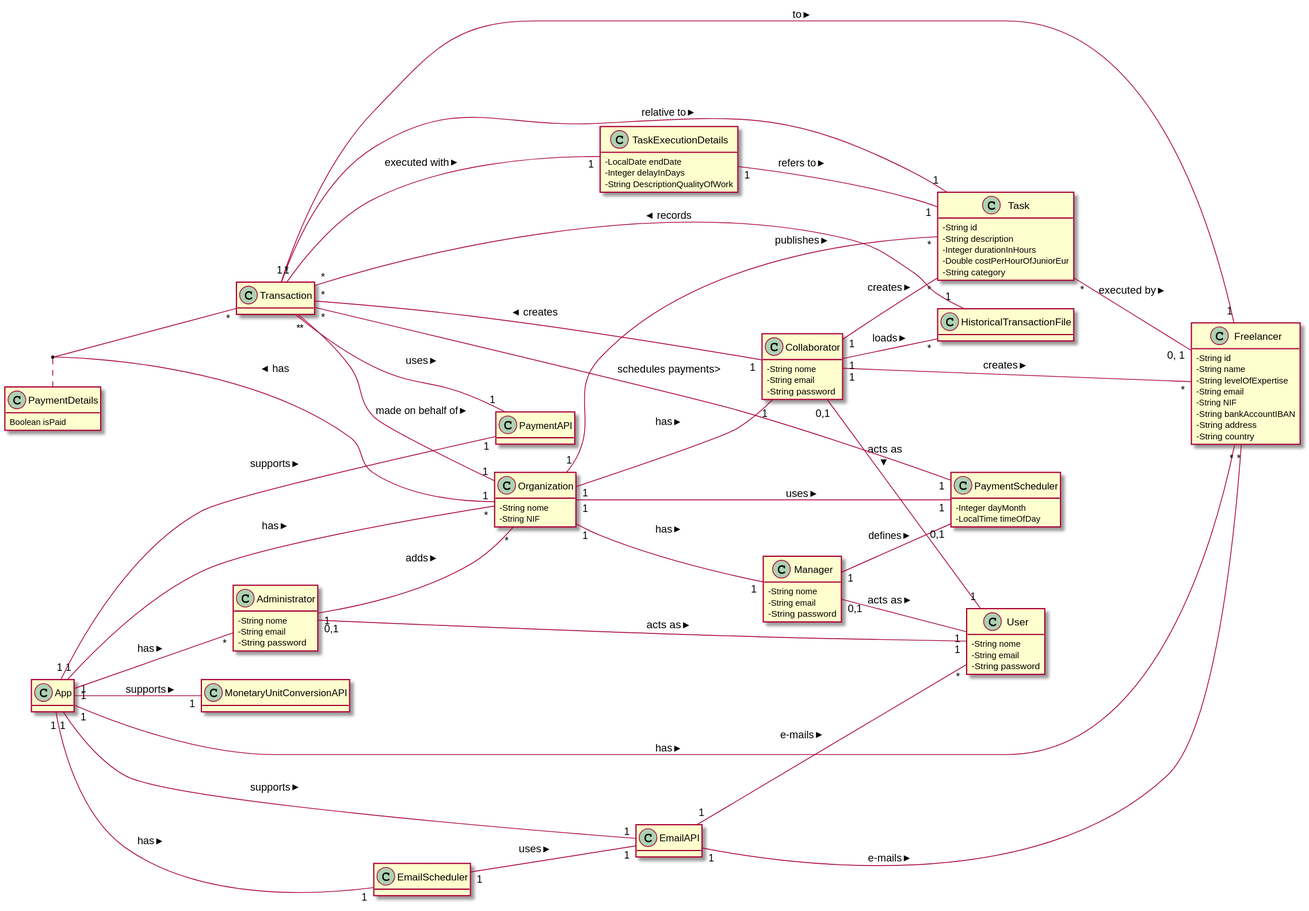
Above: docs/MD/MD.svg in botelho-io/lapr2-2020-g029 (PlantUML), before the change.
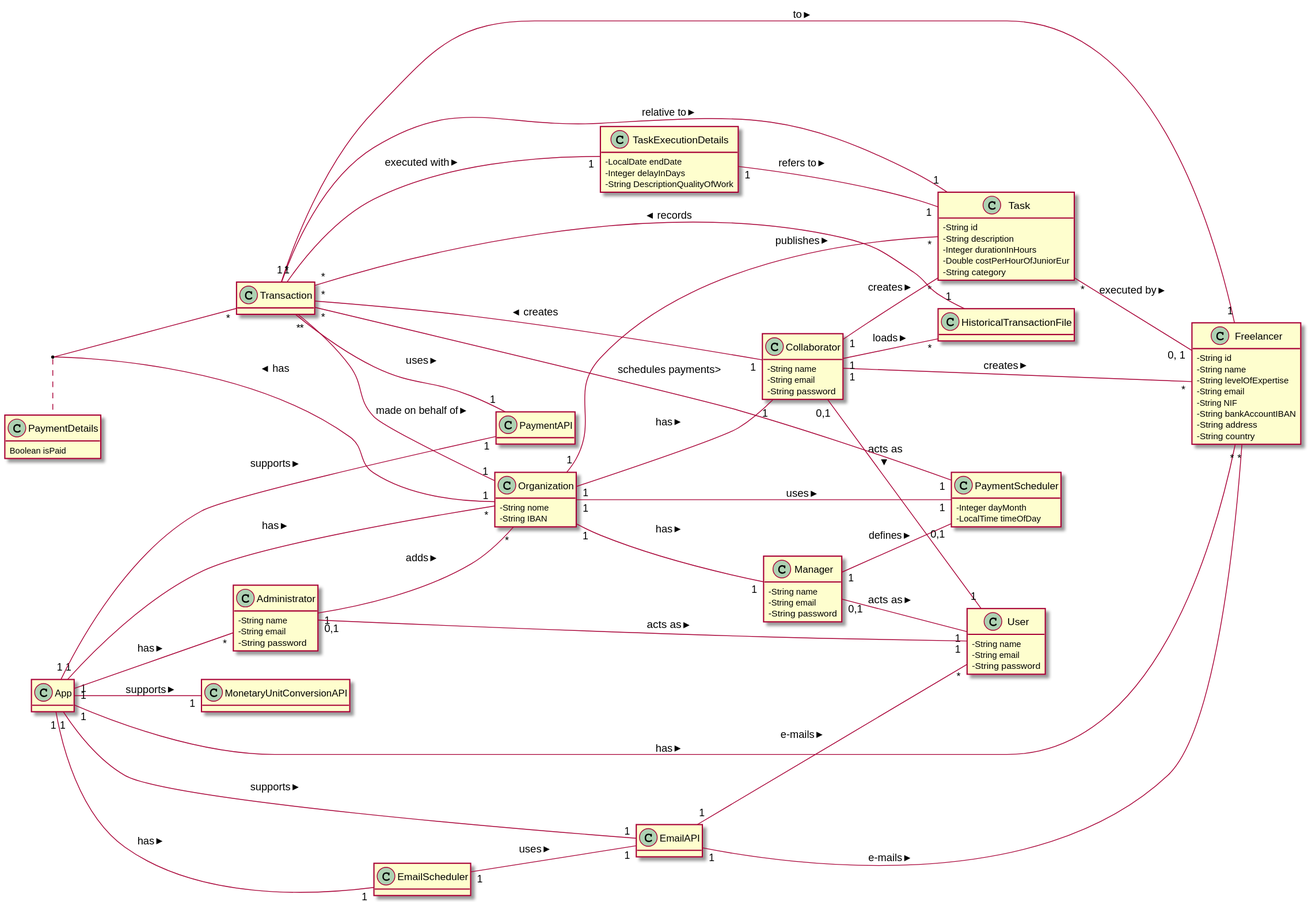
The same diagram one commit later.

Diff of the diagram source:
```diff
@@ -10,7 +10,7 @@
 
 class Organization {
         - String nome
-        - String NIF
+        - String IBAN
 }
 
 class Transaction {
@@ -36,13 +36,13 @@
 }
 
 class Collaborator {
-        - String nome
+        - String name
         - String email
         - String password
 }
 
 class Manager {
-        - String nome
+        - String name
         - String email
         - String password
 }
@@ -57,7 +57,7 @@
 }
 
 class Administrator {
-        - String nome
+        - String name
         - String email
         - String password
 }
@@ -67,7 +67,7 @@
 }
 
 class User {
-        - String nome
+        - String name
         - String email
         - String password
 }
```
